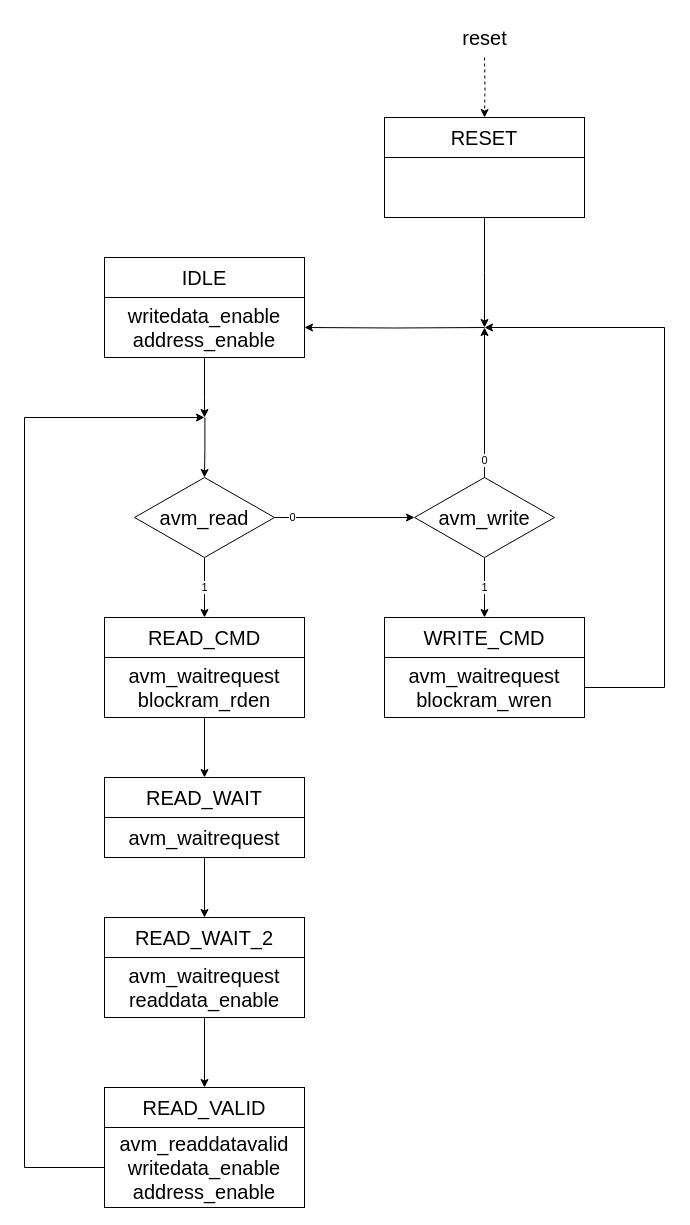
The draw.io diagram page "AVM_TO_BLOCKRAM_CONVERTER: FSM" (2 of 2) of blockram_system_v1/schematics/blockRAM_system.drawio in AndreaBononi/Intel_Cyclone10LP_systems, before the edit. Source tidied: cells renumbered, new cells numbered last; positions are measured from the earlier drawing's top-left corner, leaving out a move shared by most shapes. Both pictures are drawn from the tidied source at 100%, with x=0, y=0 at pixel (24, 17).
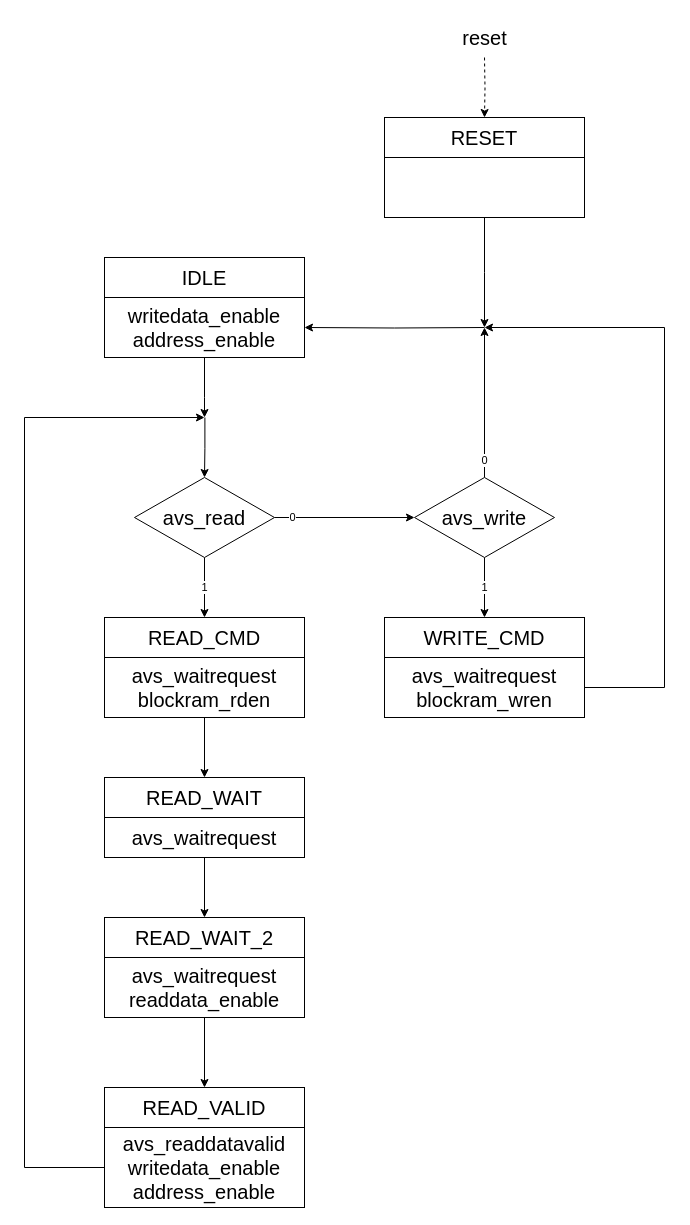
Above is the later version.

Diff of the diagram source:
```diff
@@
-    <mxCell id="9" value="&lt;font style=&quot;font-size: 20px;&quot;&gt;avm_read&lt;/font&gt;" style="rhombus;whiteSpace=wrap;html=1;" parent="1" vertex="1">
+    <mxCell id="9" value="&lt;font style=&quot;font-size: 20px;&quot;&gt;avs_read&lt;/font&gt;" style="rhombus;whiteSpace=wrap;html=1;" parent="1" vertex="1">
       <mxGeometry x="110" y="460" width="140" height="80" as="geometry" />
     </mxCell>
@@
-    <mxCell id="12" value="&lt;font style=&quot;font-size: 20px;&quot;&gt;avm_write&lt;/font&gt;" style="rhombus;whiteSpace=wrap;html=1;" parent="1" vertex="1">
+    <mxCell id="12" value="&lt;font style=&quot;font-size: 20px;&quot;&gt;avs_write&lt;/font&gt;" style="rhombus;whiteSpace=wrap;html=1;" parent="1" vertex="1">
       <mxGeometry x="390" y="460" width="140" height="80" as="geometry" />
     </mxCell>
@@
-    <mxCell id="19" value="&lt;div style=&quot;font-size: 20px;&quot;&gt;&lt;font style=&quot;font-size: 20px;&quot;&gt;avm_waitrequest&lt;/font&gt;&lt;/div&gt;&lt;div style=&quot;font-size: 20px;&quot;&gt;&lt;font style=&quot;font-size: 20px;&quot;&gt;blockram_rden&lt;br&gt;&lt;/font&gt;&lt;/div&gt;" style="rounded=0;whiteSpace=wrap;html=1;" parent="1" vertex="1">
+    <mxCell id="19" value="&lt;div style=&quot;font-size: 20px;&quot;&gt;&lt;font style=&quot;font-size: 20px;&quot;&gt;avs_waitrequest&lt;/font&gt;&lt;/div&gt;&lt;div style=&quot;font-size: 20px;&quot;&gt;&lt;font style=&quot;font-size: 20px;&quot;&gt;blockram_rden&lt;br&gt;&lt;/font&gt;&lt;/div&gt;" style="rounded=0;whiteSpace=wrap;html=1;" parent="1" vertex="1">
       <mxGeometry x="80" y="640" width="200" height="60" as="geometry" />
     </mxCell>
@@
-    <mxCell id="22" value="&lt;div style=&quot;font-size: 20px;&quot;&gt;&lt;font style=&quot;font-size: 20px;&quot;&gt;avm_waitrequest&lt;/font&gt;&lt;/div&gt;" style="rounded=0;whiteSpace=wrap;html=1;" parent="1" vertex="1">
+    <mxCell id="22" value="&lt;div style=&quot;font-size: 20px;&quot;&gt;&lt;font style=&quot;font-size: 20px;&quot;&gt;avs_waitrequest&lt;/font&gt;&lt;/div&gt;" style="rounded=0;whiteSpace=wrap;html=1;" parent="1" vertex="1">
       <mxGeometry x="80" y="800" width="200" height="40" as="geometry" />
     </mxCell>
@@
-    <mxCell id="25" value="&lt;div style=&quot;font-size: 20px;&quot;&gt;&lt;font style=&quot;font-size: 20px;&quot;&gt;avm_waitrequest&lt;/font&gt;&lt;/div&gt;&lt;div style=&quot;font-size: 20px;&quot;&gt;&lt;font style=&quot;font-size: 20px;&quot;&gt;readdata_enable&lt;br&gt;&lt;/font&gt;&lt;/div&gt;" style="rounded=0;whiteSpace=wrap;html=1;" parent="1" vertex="1">
+    <mxCell id="25" value="&lt;div style=&quot;font-size: 20px;&quot;&gt;&lt;font style=&quot;font-size: 20px;&quot;&gt;avs_waitrequest&lt;/font&gt;&lt;/div&gt;&lt;div style=&quot;font-size: 20px;&quot;&gt;&lt;font style=&quot;font-size: 20px;&quot;&gt;readdata_enable&lt;br&gt;&lt;/font&gt;&lt;/div&gt;" style="rounded=0;whiteSpace=wrap;html=1;" parent="1" vertex="1">
       <mxGeometry x="80" y="940" width="200" height="60" as="geometry" />
     </mxCell>
@@
-    <mxCell id="28" value="&lt;div style=&quot;font-size: 20px;&quot;&gt;&lt;font style=&quot;font-size: 20px;&quot;&gt;avm_readdatavalid&lt;br&gt;&lt;/font&gt;&lt;/div&gt;&lt;div&gt;&lt;div style=&quot;font-size: 20px;&quot;&gt;&lt;font style=&quot;font-size: 20px;&quot;&gt;writedata_enable&lt;/font&gt;&lt;/div&gt;&lt;div style=&quot;font-size: 20px;&quot;&gt;&lt;font style=&quot;font-size: 20px;&quot;&gt;address_enable&lt;font style=&quot;font-size: 20px;&quot;&gt;&lt;br&gt;&lt;/font&gt;&lt;/font&gt;&lt;/div&gt;&lt;/div&gt;" style="rounded=0;whiteSpace=wrap;html=1;" parent="1" vertex="1">
+    <mxCell id="28" value="&lt;div style=&quot;font-size: 20px;&quot;&gt;&lt;font style=&quot;font-size: 20px;&quot;&gt;avs_readdatavalid&lt;br&gt;&lt;/font&gt;&lt;/div&gt;&lt;div&gt;&lt;div style=&quot;font-size: 20px;&quot;&gt;&lt;font style=&quot;font-size: 20px;&quot;&gt;writedata_enable&lt;/font&gt;&lt;/div&gt;&lt;div style=&quot;font-size: 20px;&quot;&gt;&lt;font style=&quot;font-size: 20px;&quot;&gt;address_enable&lt;font style=&quot;font-size: 20px;&quot;&gt;&lt;br&gt;&lt;/font&gt;&lt;/font&gt;&lt;/div&gt;&lt;/div&gt;" style="rounded=0;whiteSpace=wrap;html=1;" parent="1" vertex="1">
       <mxGeometry x="80" y="1110" width="200" height="80" as="geometry" />
     </mxCell>
@@
-    <mxCell id="31" value="&lt;div style=&quot;font-size: 20px;&quot;&gt;&lt;font style=&quot;font-size: 20px;&quot;&gt;avm_waitrequest&lt;/font&gt;&lt;/div&gt;&lt;div style=&quot;font-size: 20px;&quot;&gt;&lt;font style=&quot;font-size: 20px;&quot;&gt;blockram_wren&lt;br&gt;&lt;/font&gt;&lt;/div&gt;" style="rounded=0;whiteSpace=wrap;html=1;" parent="1" vertex="1">
+    <mxCell id="31" value="&lt;div style=&quot;font-size: 20px;&quot;&gt;&lt;font style=&quot;font-size: 20px;&quot;&gt;avs_waitrequest&lt;/font&gt;&lt;/div&gt;&lt;div style=&quot;font-size: 20px;&quot;&gt;&lt;font style=&quot;font-size: 20px;&quot;&gt;blockram_wren&lt;br&gt;&lt;/font&gt;&lt;/div&gt;" style="rounded=0;whiteSpace=wrap;html=1;" parent="1" vertex="1">
       <mxGeometry x="360" y="640" width="200" height="60" as="geometry" />
     </mxCell>
```
